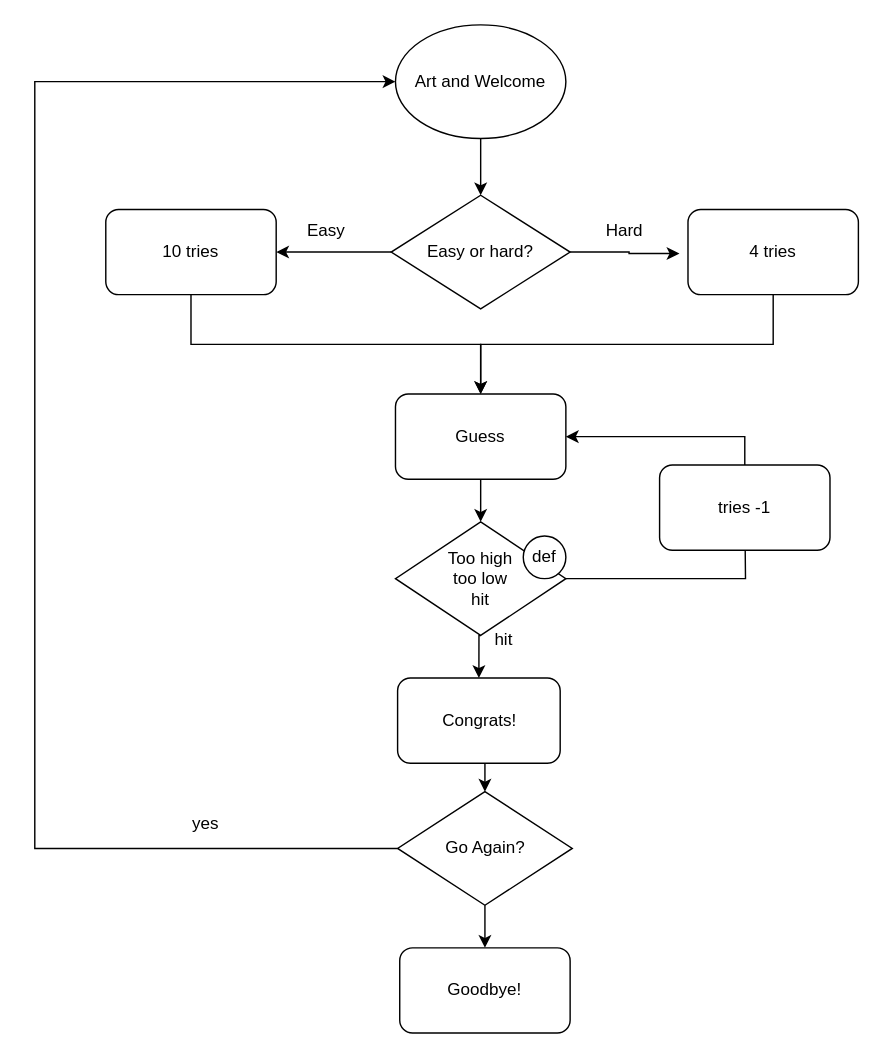
Earlier version of the draw.io diagram Guess_The_Number.drawio (panchord/Draw.io). Source tidied: cells renumbered, new cells numbered last; positions are measured from the earlier drawing's top-left corner, leaving out a move shared by most shapes. Both pictures are drawn from the tidied source at 142%, with x=0, y=0 at pixel (34, 24).
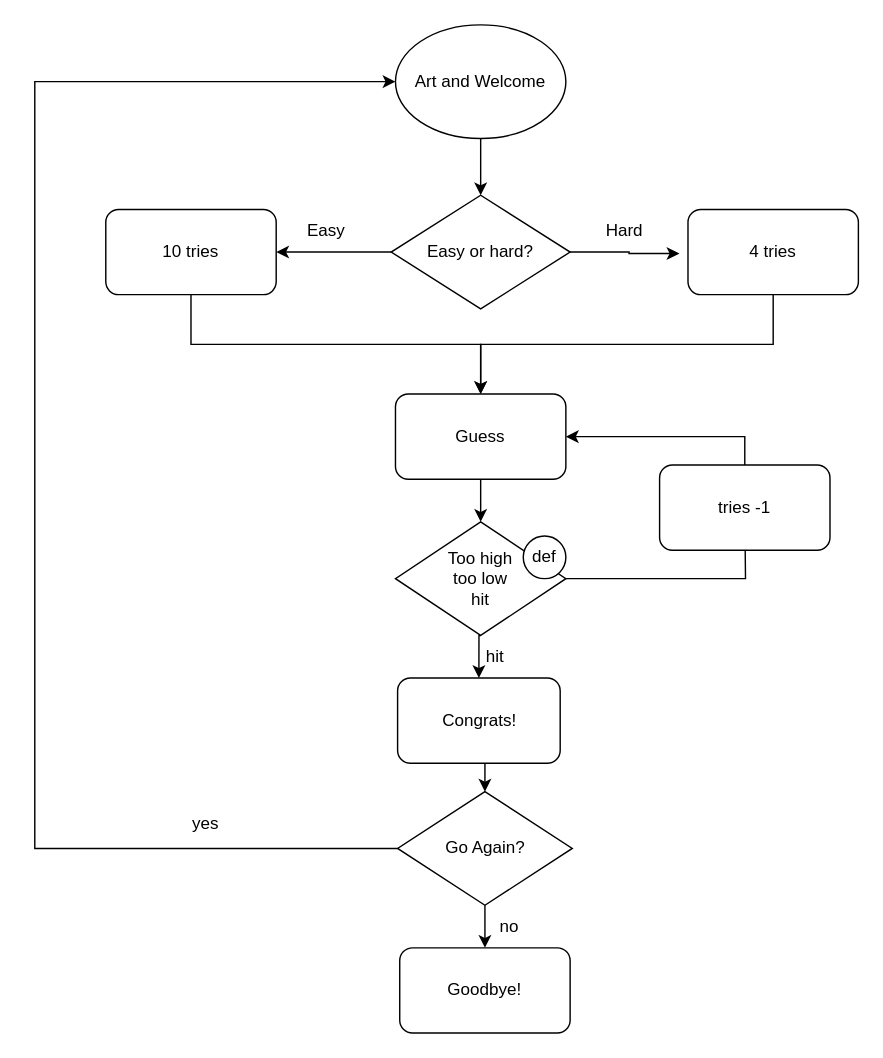
The same page after the edit.

The edit, as a diff of the source:
```diff
@@
     <mxCell id="26" value="hit" style="text;html=1;align=center;verticalAlign=middle;strokeColor=none;fillColor=none;" parent="1" vertex="1">
-      <mxGeometry x="310" y="418" width="40" height="30" as="geometry" />
+      <mxGeometry x="304" y="430" width="40" height="30" as="geometry" />
     </mxCell>
@@
+    <mxCell id="29" value="no" style="text;html=1;align=center;verticalAlign=middle;strokeColor=none;fillColor=none;" parent="1" vertex="1">
+      <mxGeometry x="314" y="620" width="40" height="30" as="geometry" />
+    </mxCell>
```
